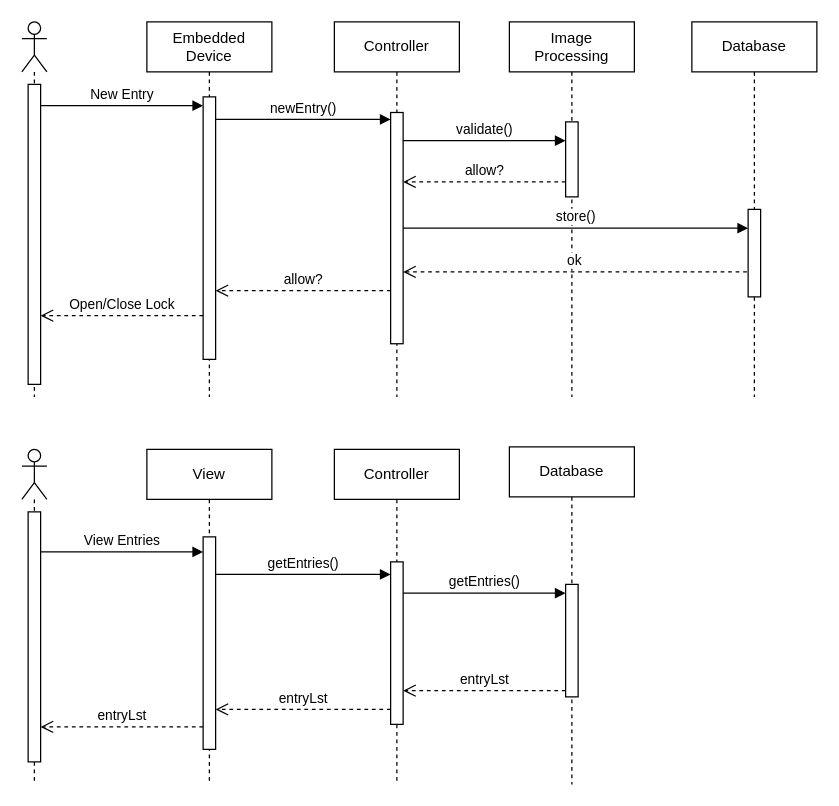
This is doc/diagrams/EntrySequenceDiagram.drawio from DuckTheMug/image-server-for-iot-entry, a draw.io file, before an edit. Source tidied: cells renumbered, new cells numbered last; positions are measured from the earlier drawing's top-left corner, leaving out a move shared by most shapes. Both pictures are drawn from the tidied source at 125%, with x=0, y=0 at pixel (21, 21).
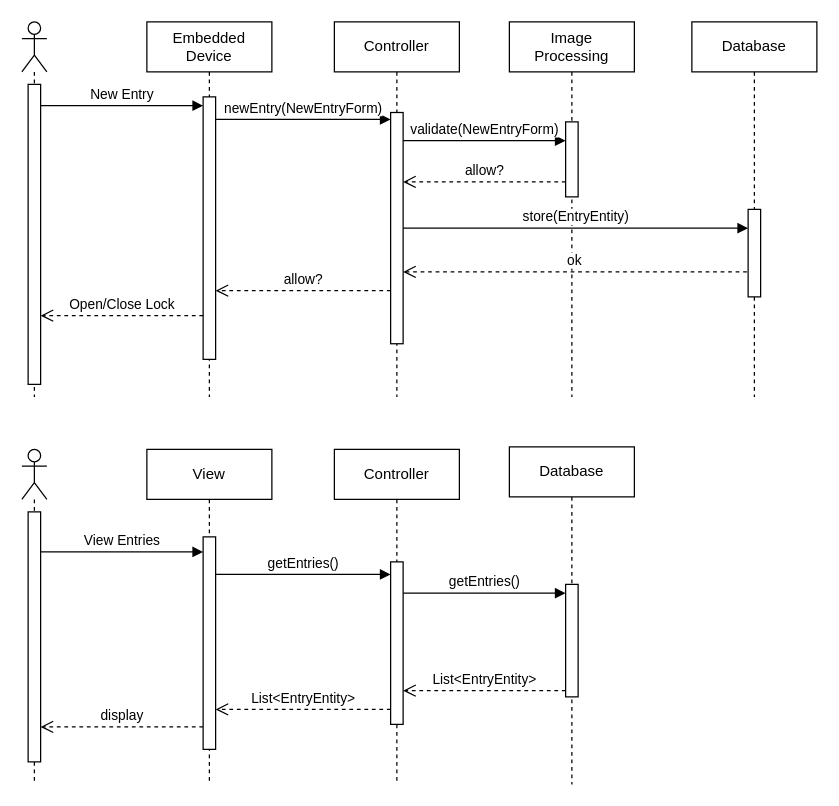
The same page after the edit.

The change refers to these unchanged cells:
```xml
<mxCell id="5" style="html=1;points=[[0,0,0,0,5],[0,1,0,0,-5],[1,0,0,0,5],[1,1,0,0,-5]];perimeter=orthogonalPerimeter;outlineConnect=0;targetShapes=umlLifeline;portConstraint=eastwest;newEdgeStyle={&quot;curved&quot;:0,&quot;rounded&quot;:0};" parent="4" vertex="1">
  <mxGeometry x="45" y="150" width="10" height="70" as="geometry" />
</mxCell>
<mxCell id="7" style="html=1;points=[[0,0,0,0,5],[0,1,0,0,-5],[1,0,0,0,5],[1,1,0,0,-5]];perimeter=orthogonalPerimeter;outlineConnect=0;targetShapes=umlLifeline;portConstraint=eastwest;newEdgeStyle={&quot;curved&quot;:0,&quot;rounded&quot;:0};" parent="6" vertex="1">
  <mxGeometry x="45" y="72.5" width="10" height="185" as="geometry" />
</mxCell>
```

Change to the diagram source:
```diff
@@
-    <mxCell id="10" value="newEntry()" style="html=1;verticalAlign=bottom;endArrow=block;curved=0;rounded=0;" parent="1" edge="1">
+    <mxCell id="10" value="newEntry(NewEntryForm)" style="html=1;verticalAlign=bottom;endArrow=block;curved=0;rounded=0;" parent="1" edge="1">
       <mxGeometry relative="1" as="geometry">
         <mxPoint x="155" y="78" as="sourcePoint" />
         <mxPoint x="295" y="78" as="targetPoint" />
       </mxGeometry>
     </mxCell>
-    <mxCell id="11" value="validate()" style="html=1;verticalAlign=bottom;endArrow=block;curved=0;rounded=0;" parent="1" edge="1">
+    <mxCell id="11" value="validate(NewEntryForm)" style="html=1;verticalAlign=bottom;endArrow=block;curved=0;rounded=0;" parent="1" edge="1">
       <mxGeometry relative="1" as="geometry">
         <mxPoint x="305" y="95" as="sourcePoint" />
         <mxPoint x="435" y="95" as="targetPoint" />
       </mxGeometry>
     </mxCell>
@@
-    <mxCell id="16" value="store()" style="html=1;verticalAlign=bottom;endArrow=block;curved=0;rounded=0;" parent="1" edge="1" source="7" target="5">
+    <mxCell id="16" value="store(EntryEntity)" style="html=1;verticalAlign=bottom;endArrow=block;curved=0;rounded=0;" parent="1" edge="1" source="7" target="5">
       <mxGeometry relative="1" as="geometry" />
     </mxCell>
@@
-    <mxCell id="31" value="entryLst" style="html=1;verticalAlign=bottom;endArrow=open;dashed=1;endSize=8;curved=0;rounded=0;" parent="1" edge="1">
+    <mxCell id="31" value="List&amp;lt;EntryEntity&amp;gt;" style="html=1;verticalAlign=bottom;endArrow=open;dashed=1;endSize=8;curved=0;rounded=0;" parent="1" edge="1">
       <mxGeometry relative="1" as="geometry">
         <mxPoint x="435" y="535" as="sourcePoint" />
         <mxPoint x="305" y="535" as="targetPoint" />
       </mxGeometry>
     </mxCell>
-    <mxCell id="32" value="entryLst" style="html=1;verticalAlign=bottom;endArrow=open;dashed=1;endSize=8;curved=0;rounded=0;" parent="1" edge="1">
+    <mxCell id="32" value="display" style="html=1;verticalAlign=bottom;endArrow=open;dashed=1;endSize=8;curved=0;rounded=0;" parent="1" edge="1">
       <mxGeometry relative="1" as="geometry">
         <mxPoint x="145" y="564" as="sourcePoint" />
         <mxPoint x="15" y="564" as="targetPoint" />
       </mxGeometry>
     </mxCell>
-    <mxCell id="33" value="entryLst" style="html=1;verticalAlign=bottom;endArrow=open;dashed=1;endSize=8;curved=0;rounded=0;" parent="1" edge="1">
+    <mxCell id="33" value="List&amp;lt;EntryEntity&amp;gt;" style="html=1;verticalAlign=bottom;endArrow=open;dashed=1;endSize=8;curved=0;rounded=0;" parent="1" edge="1">
       <mxGeometry relative="1" as="geometry">
         <mxPoint x="295" y="550" as="sourcePoint" />
         <mxPoint x="155" y="550" as="targetPoint" />
       </mxGeometry>
     </mxCell>
```
